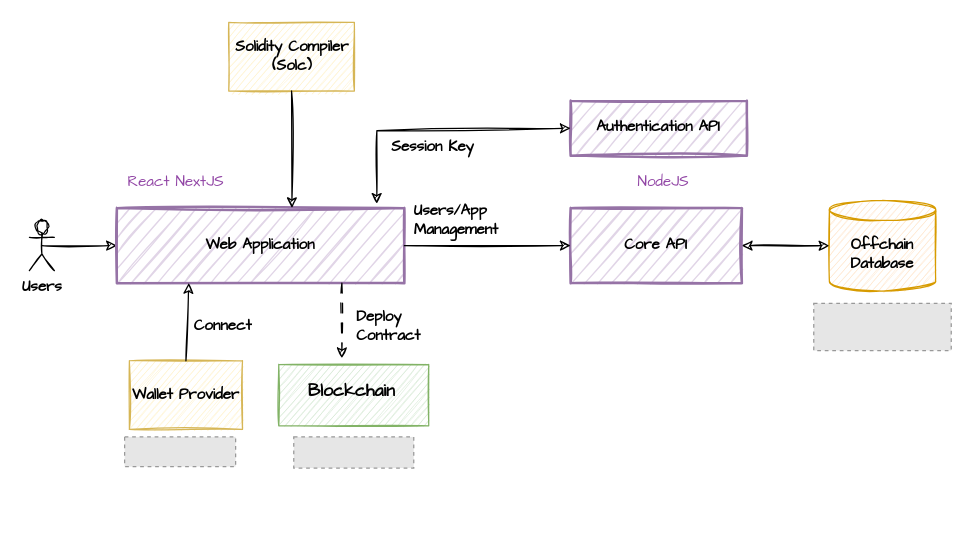
Above: docs/diagrams/blockfabric-architecture.drawio in Synergy-aurora/Blocks-XDC (draw.io), before the change. Source tidied: cells renumbered, new cells numbered last; positions are measured from the earlier drawing's top-left corner, leaving out a move shared by most shapes. Both pictures are drawn from the tidied source at 125%, with x=0, y=0 at pixel (29, 21). Pictures stored in the file or linked from it are replaced by grey dashed boxes.
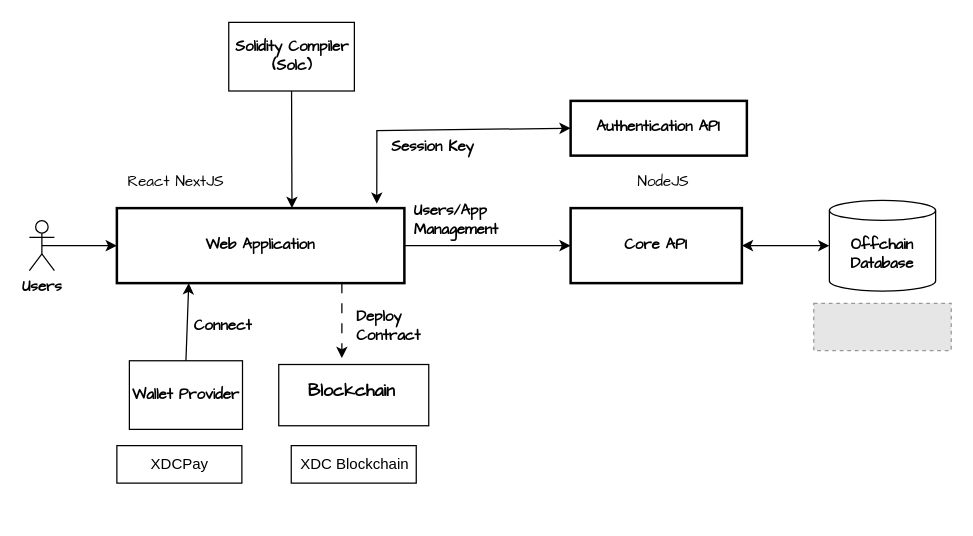
The same diagram, later.

Change to the diagram source:
```diff
@@
-    <mxCell id="2" value="Users" style="shape=umlActor;verticalLabelPosition=bottom;verticalAlign=top;html=1;outlineConnect=0;sketch=1;fontFamily=Comic Sans MS;fontStyle=1;" parent="1" vertex="1">
+    <mxCell id="2" value="Users" style="shape=umlActor;verticalLabelPosition=bottom;verticalAlign=top;html=1;outlineConnect=0;fontFamily=Comic Sans MS;fontStyle=1;labelBackgroundColor=none;rounded=0;" parent="1" vertex="1">
       <mxGeometry y="159" width="20" height="40" as="geometry" />
     </mxCell>
-    <mxCell id="3" style="endArrow=classic;html=1;rounded=0;entryX=0;entryY=0.5;entryDx=0;entryDy=0;sketch=1;exitX=0.5;exitY=0.5;exitDx=0;exitDy=0;exitPerimeter=0;" parent="1" edge="1" source="2" target="4">
+    <mxCell id="3" style="endArrow=classic;html=1;rounded=0;entryX=0;entryY=0.5;entryDx=0;entryDy=0;exitX=0.5;exitY=0.5;exitDx=0;exitDy=0;exitPerimeter=0;labelBackgroundColor=none;fontColor=default;" parent="1" edge="1" source="2" target="4">
       <mxGeometry relative="1" as="geometry" />
     </mxCell>
-    <mxCell id="4" value="Web Application" style="rounded=0;whiteSpace=wrap;html=1;sketch=1;fontFamily=Comic Sans MS;fontStyle=1;fillColor=#e1d5e7;strokeColor=#9673a6;strokeWidth=2;" parent="1" vertex="1">
+    <mxCell id="4" value="Web Application" style="rounded=0;whiteSpace=wrap;html=1;fontFamily=Comic Sans MS;fontStyle=1;strokeWidth=2;labelBackgroundColor=none;" parent="1" vertex="1">
       <mxGeometry x="70" y="149" width="230" height="60" as="geometry" />
     </mxCell>
-    <mxCell id="5" value="Core API" style="rounded=0;whiteSpace=wrap;html=1;sketch=1;fontFamily=Comic Sans MS;fontStyle=1;fillColor=#e1d5e7;strokeColor=#9673a6;strokeWidth=2;" parent="1" vertex="1">
+    <mxCell id="5" value="Core API" style="rounded=0;whiteSpace=wrap;html=1;fontFamily=Comic Sans MS;fontStyle=1;strokeWidth=2;labelBackgroundColor=none;" parent="1" vertex="1">
       <mxGeometry x="433" y="149" width="137" height="60" as="geometry" />
     </mxCell>
-    <mxCell id="6" value="Offchain Database" style="shape=cylinder3;whiteSpace=wrap;html=1;boundedLbl=1;backgroundOutline=1;size=8;fontStyle=1;fontFamily=Comic Sans MS;sketch=1;fillColor=#ffe6cc;strokeColor=#d79b00;" parent="1" vertex="1">
+    <mxCell id="6" value="Offchain Database" style="shape=cylinder3;whiteSpace=wrap;html=1;boundedLbl=1;backgroundOutline=1;size=8;fontStyle=1;fontFamily=Comic Sans MS;labelBackgroundColor=none;rounded=0;" parent="1" vertex="1">
       <mxGeometry x="640" y="142.8" width="85" height="72.5" as="geometry" />
     </mxCell>
-    <mxCell id="7" value="&lt;font&gt;React NextJS&lt;/font&gt;" style="text;html=1;strokeColor=none;fillColor=none;align=center;verticalAlign=middle;whiteSpace=wrap;rounded=0;sketch=1;fontFamily=Comic Sans MS;fontColor=#9145a5;" parent="1" vertex="1">
+    <mxCell id="7" value="&lt;font&gt;React NextJS&lt;/font&gt;" style="text;html=1;strokeColor=none;fillColor=none;align=center;verticalAlign=middle;whiteSpace=wrap;rounded=0;fontFamily=Comic Sans MS;labelBackgroundColor=none;" parent="1" vertex="1">
       <mxGeometry x="70" y="114" width="95" height="30" as="geometry" />
     </mxCell>
-    <mxCell id="8" style="endArrow=classic;html=1;rounded=0;exitX=1;exitY=0.5;exitDx=0;exitDy=0;entryX=0;entryY=0.5;entryDx=0;entryDy=0;sketch=1;" parent="1" edge="1" source="4" target="5">
+    <mxCell id="8" style="endArrow=classic;html=1;rounded=0;exitX=1;exitY=0.5;exitDx=0;exitDy=0;entryX=0;entryY=0.5;entryDx=0;entryDy=0;labelBackgroundColor=none;fontColor=default;" parent="1" edge="1" source="4" target="5">
       <mxGeometry relative="1" as="geometry" />
     </mxCell>
-    <mxCell id="9" style="endArrow=classic;startArrow=classic;html=1;rounded=0;fontFamily=Comic Sans MS;entryX=0;entryY=0.5;entryDx=0;entryDy=0;entryPerimeter=0;exitX=1;exitY=0.5;exitDx=0;exitDy=0;sketch=1;" parent="1" edge="1" source="5" target="6">
+    <mxCell id="9" style="endArrow=classic;startArrow=classic;html=1;rounded=0;fontFamily=Comic Sans MS;entryX=0;entryY=0.5;entryDx=0;entryDy=0;entryPerimeter=0;exitX=1;exitY=0.5;exitDx=0;exitDy=0;labelBackgroundColor=none;fontColor=default;" parent="1" edge="1" source="5" target="6">
       <mxGeometry relative="1" as="geometry" />
     </mxCell>
-    <mxCell id="10" style="rounded=0;whiteSpace=wrap;html=1;sketch=1;fontFamily=Comic Sans MS;fillColor=#d5e8d4;strokeColor=#82b366;" parent="1" vertex="1">
+    <mxCell id="10" style="rounded=0;whiteSpace=wrap;html=1;fontFamily=Comic Sans MS;labelBackgroundColor=none;" parent="1" vertex="1">
       <mxGeometry x="199.5" y="274.1" width="120" height="49" as="geometry" />
     </mxCell>
-    <mxCell id="11" value="&lt;font&gt;NodeJS&lt;/font&gt;" style="text;html=1;strokeColor=none;fillColor=none;align=center;verticalAlign=middle;whiteSpace=wrap;rounded=0;sketch=1;fontFamily=Comic Sans MS;fontColor=#9145a5;" parent="1" vertex="1">
+    <mxCell id="11" value="&lt;font&gt;NodeJS&lt;/font&gt;" style="text;html=1;strokeColor=none;fillColor=none;align=center;verticalAlign=middle;whiteSpace=wrap;rounded=0;fontFamily=Comic Sans MS;labelBackgroundColor=none;" parent="1" vertex="1">
       <mxGeometry x="480" y="114" width="55" height="30" as="geometry" />
     </mxCell>
-    <mxCell id="12" value="Authentication API" style="rounded=0;whiteSpace=wrap;html=1;sketch=1;fontFamily=Comic Sans MS;fontStyle=1;fillColor=#e1d5e7;strokeColor=#9673a6;strokeWidth=2;" parent="1" vertex="1">
+    <mxCell id="12" value="Authentication API" style="rounded=0;whiteSpace=wrap;html=1;fontFamily=Comic Sans MS;fontStyle=1;strokeWidth=2;labelBackgroundColor=none;" parent="1" vertex="1">
       <mxGeometry x="433" y="63.2" width="141" height="43.8" as="geometry" />
     </mxCell>
-    <mxCell id="13" value="Wallet Provider" style="rounded=0;whiteSpace=wrap;html=1;sketch=1;fontFamily=Comic Sans MS;fontStyle=1;fillColor=#fff2cc;strokeColor=#d6b656;" parent="1" vertex="1">
+    <mxCell id="13" value="Wallet Provider" style="rounded=0;whiteSpace=wrap;html=1;fontFamily=Comic Sans MS;fontStyle=1;labelBackgroundColor=none;" parent="1" vertex="1">
       <mxGeometry x="80" y="271.1" width="90.5" height="54.9" as="geometry" />
     </mxCell>
-    <mxCell id="14" style="endArrow=classic;html=1;rounded=0;exitX=0.5;exitY=0;exitDx=0;exitDy=0;sketch=1;entryX=0.25;entryY=1;entryDx=0;entryDy=0;" parent="1" edge="1" source="13" target="4">
+    <mxCell id="14" style="endArrow=classic;html=1;rounded=0;exitX=0.5;exitY=0;exitDx=0;exitDy=0;entryX=0.25;entryY=1;entryDx=0;entryDy=0;labelBackgroundColor=none;fontColor=default;" parent="1" edge="1" source="13" target="4">
       <mxGeometry relative="1" as="geometry" />
     </mxCell>
-    <mxCell id="15" style="endArrow=classic;startArrow=classic;html=1;rounded=0;fontFamily=Comic Sans MS;sketch=1;fontStyle=1;strokeWidth=1;entryX=0.904;entryY=-0.059;entryDx=0;entryDy=0;exitX=0;exitY=0.5;exitDx=0;exitDy=0;entryPerimeter=0;" parent="1" edge="1" source="12" target="4">
+    <mxCell id="15" style="endArrow=classic;startArrow=classic;html=1;rounded=0;fontFamily=Comic Sans MS;fontStyle=1;strokeWidth=1;entryX=0.904;entryY=-0.059;entryDx=0;entryDy=0;exitX=0;exitY=0.5;exitDx=0;exitDy=0;entryPerimeter=0;labelBackgroundColor=none;fontColor=default;" parent="1" edge="1" source="12" target="4">
       <mxGeometry relative="1" as="geometry">
         <Array as="points">
           <mxPoint x="278" y="87" />
         </Array>
       </mxGeometry>
     </mxCell>
-    <mxCell id="16" style="endArrow=classic;html=1;rounded=0;sketch=1;dashed=1;dashPattern=8 8;" parent="1" edge="1">
+    <mxCell id="16" style="endArrow=classic;html=1;rounded=0;dashed=1;dashPattern=8 8;labelBackgroundColor=none;fontColor=default;" parent="1" edge="1">
       <mxGeometry relative="1" as="geometry">
         <mxPoint x="250" y="209" as="sourcePoint" />
         <mxPoint x="250" y="269" as="targetPoint" />
       </mxGeometry>
     </mxCell>
-    <mxCell id="17" value="Session Key" style="text;html=1;align=center;verticalAlign=middle;whiteSpace=wrap;rounded=0;sketch=1;fontFamily=Comic Sans MS;labelBackgroundColor=default;fontStyle=1;fillColor=default;fontColor=#000000;direction=south;" parent="1" vertex="1">
+    <mxCell id="17" value="Session Key" style="text;html=1;align=center;verticalAlign=middle;whiteSpace=wrap;rounded=0;fontFamily=Comic Sans MS;labelBackgroundColor=none;fontStyle=1;direction=south;" parent="1" vertex="1">
       <mxGeometry x="284.5" y="91" width="75.5" height="20" as="geometry" />
     </mxCell>
-    <mxCell id="18" value="Deploy Contract" style="text;html=1;align=left;verticalAlign=middle;whiteSpace=wrap;rounded=0;sketch=1;fontFamily=Comic Sans MS;labelBackgroundColor=default;fontStyle=1;fillColor=default;" parent="1" vertex="1">
+    <mxCell id="18" value="Deploy Contract" style="text;html=1;align=left;verticalAlign=middle;whiteSpace=wrap;rounded=0;fontFamily=Comic Sans MS;labelBackgroundColor=none;fontStyle=1;" parent="1" vertex="1">
       <mxGeometry x="260" y="229" width="60" height="30" as="geometry" />
     </mxCell>
-    <mxCell id="19" value="Solidity Compiler (Solc)" style="rounded=0;whiteSpace=wrap;html=1;sketch=1;fontFamily=Comic Sans MS;fontStyle=1;fillColor=#fff2cc;strokeColor=#d6b656;" parent="1" vertex="1">
+    <mxCell id="19" value="Solidity Compiler (Solc)" style="rounded=0;whiteSpace=wrap;html=1;fontFamily=Comic Sans MS;fontStyle=1;labelBackgroundColor=none;" parent="1" vertex="1">
       <mxGeometry x="159.5" y="0.4" width="100.5" height="54.9" as="geometry" />
     </mxCell>
-    <mxCell id="20" style="endArrow=classic;html=1;rounded=0;exitX=0.5;exitY=1;exitDx=0;exitDy=0;sketch=1;entryX=0.609;entryY=0;entryDx=0;entryDy=0;entryPerimeter=0;" parent="1" edge="1" source="19" target="4">
+    <mxCell id="20" style="endArrow=classic;html=1;rounded=0;exitX=0.5;exitY=1;exitDx=0;exitDy=0;entryX=0.609;entryY=0;entryDx=0;entryDy=0;entryPerimeter=0;labelBackgroundColor=none;fontColor=default;" parent="1" edge="1" source="19" target="4">
       <mxGeometry relative="1" as="geometry" />
     </mxCell>
-    <mxCell id="21" value="Blockchain" style="text;html=1;strokeColor=none;fillColor=none;align=center;verticalAlign=middle;whiteSpace=wrap;rounded=0;sketch=1;fontFamily=Comic Sans MS;fontStyle=1;fontSize=14;" parent="1" vertex="1">
+    <mxCell id="21" value="Blockchain" style="text;html=1;strokeColor=none;fillColor=none;align=center;verticalAlign=middle;whiteSpace=wrap;rounded=0;fontFamily=Comic Sans MS;fontStyle=1;fontSize=14;labelBackgroundColor=none;" parent="1" vertex="1">
       <mxGeometry x="199.5" y="280.6" width="115.5" height="30" as="geometry" />
     </mxCell>
-    <mxCell id="22" value="Connect" style="text;html=1;align=left;verticalAlign=middle;whiteSpace=wrap;rounded=0;sketch=1;fontFamily=Comic Sans MS;labelBackgroundColor=default;fontStyle=1;fillColor=default;" parent="1" vertex="1">
+    <mxCell id="22" value="Connect" style="text;html=1;align=left;verticalAlign=middle;whiteSpace=wrap;rounded=0;fontFamily=Comic Sans MS;labelBackgroundColor=none;fontStyle=1;" parent="1" vertex="1">
       <mxGeometry x="130" y="229" width="60" height="30" as="geometry" />
     </mxCell>
-    <mxCell id="23" style="fillColor=#E6E6E6;strokeColor=#999999;dashed=1;verticalLabelPosition=bottom;labelBackgroundColor=default;verticalAlign=top;" parent="1" vertex="1">
+    <mxCell id="23" style="fillColor=#E6E6E6;strokeColor=#999999;dashed=1;verticalLabelPosition=bottom;labelBackgroundColor=none;verticalAlign=top;" parent="1" vertex="1">
       <mxGeometry x="627.5" y="225.1" width="110" height="37.8" as="geometry" />
     </mxCell>
-    <mxCell id="24" style="fillColor=#E6E6E6;strokeColor=#999999;dashed=1;verticalLabelPosition=bottom;labelBackgroundColor=default;verticalAlign=top;" parent="1" vertex="1">
-      <mxGeometry x="211.5" y="332" width="96" height="24.9" as="geometry" />
-    </mxCell>
-    <mxCell id="25" style="fillColor=#E6E6E6;strokeColor=#999999;dashed=1;verticalLabelPosition=bottom;labelBackgroundColor=default;verticalAlign=top;" parent="1" vertex="1">
-      <mxGeometry x="76.2" y="332" width="88.8" height="23.8" as="geometry" />
-    </mxCell>
-    <mxCell id="26" value="Users/App Management" style="text;html=1;align=left;verticalAlign=middle;whiteSpace=wrap;rounded=0;sketch=1;fontFamily=Comic Sans MS;labelBackgroundColor=default;fontStyle=1;fillColor=default;fontColor=#000000;direction=south;" parent="1" vertex="1">
+    <mxCell id="26" value="Users/App Management" style="text;html=1;align=left;verticalAlign=middle;whiteSpace=wrap;rounded=0;fontFamily=Comic Sans MS;labelBackgroundColor=none;fontStyle=1;direction=south;" parent="1" vertex="1">
       <mxGeometry x="306" y="149" width="75.5" height="20" as="geometry" />
     </mxCell>
+    <mxCell id="27" style="rounded=0;whiteSpace=wrap;html=1;labelBackgroundColor=none;" parent="1" vertex="1">
+      <mxGeometry x="209.5" y="339" width="100" height="30" as="geometry" />
+    </mxCell>
+    <mxCell id="28" style="rounded=0;whiteSpace=wrap;html=1;labelBackgroundColor=none;fillColor=none;" parent="1" vertex="1">
+      <mxGeometry x="70" y="339" width="100" height="30" as="geometry" />
+    </mxCell>
+    <mxCell id="29" value="XDCPay" style="text;strokeColor=none;align=center;fillColor=none;html=1;verticalAlign=middle;whiteSpace=wrap;rounded=0;" parent="1" vertex="1">
+      <mxGeometry x="47.5" y="314" width="145" height="80" as="geometry" />
+    </mxCell>
+    <mxCell id="30" value="XDC Blockchain" style="text;strokeColor=none;align=center;fillColor=none;html=1;verticalAlign=middle;whiteSpace=wrap;rounded=0;" parent="1" vertex="1">
+      <mxGeometry x="204.5" y="339" width="110.5" height="30" as="geometry" />
+    </mxCell>
```
